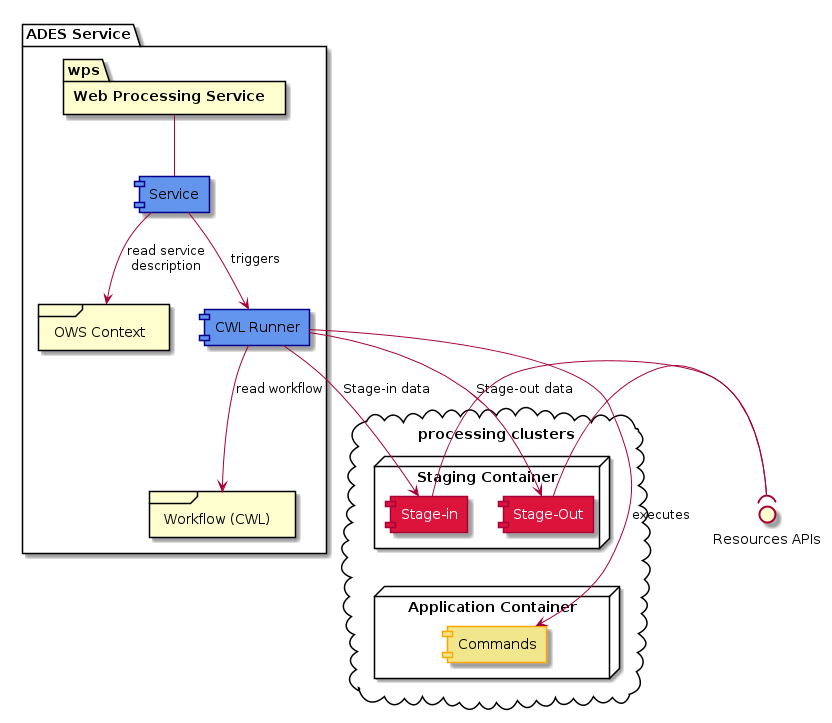
The PlantUML diagram develop/images/diagram-component.png in EOEPCA/proc-ades, before a commit.
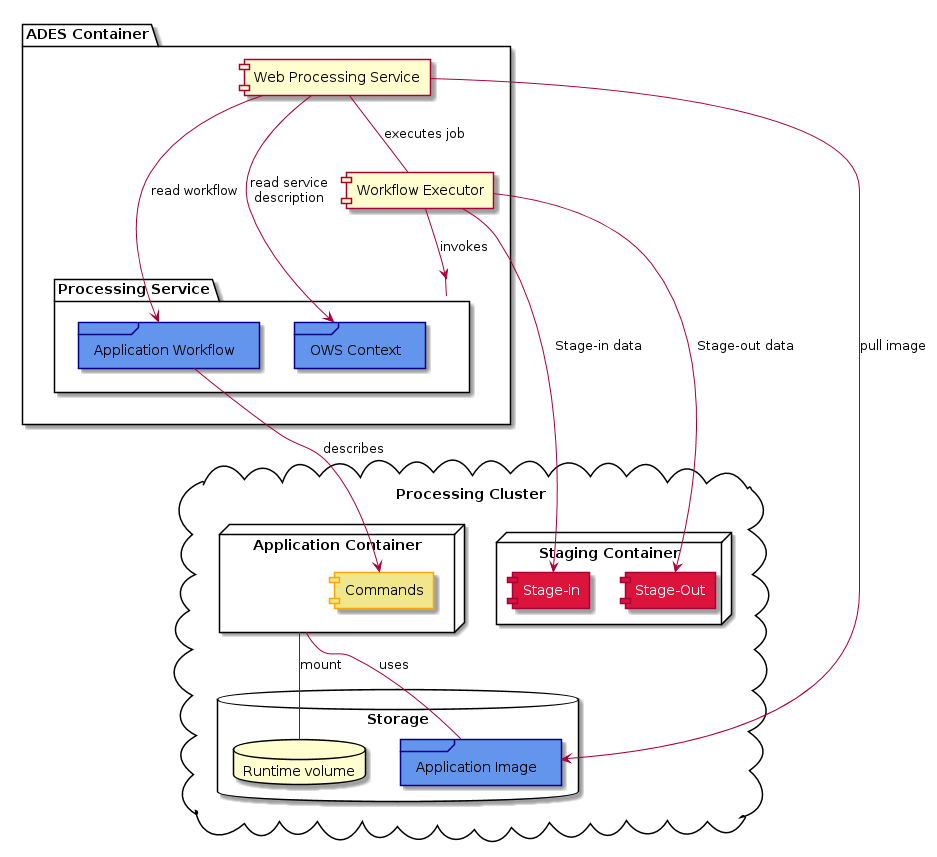
After the commit.

Change to the diagram source:
```diff
@@ -7,7 +7,7 @@
     FontColor white
 }
 
-skinparam component<<3rd>> {
+skinparam frame<<3rd>> {
     BackgroundColor CornFlowerBlue
     BorderColor DarkBlue
 }
@@ -17,32 +17,31 @@
     BorderColor Orange
 }
 
-() "Resources APIs" as resources
+package "ADES Container"{
 
-package "ADES Service"{
+    [Web Processing Service] as wps
 
-    package "Web Processing Service" as wps
+    [Workflow Executor] as wfexe
 
-    [Service] as zooservice <<3rd>>
+    package "**Processing Service**" as procservice{
 
-    frame "OWS Context" as ows
+        frame "OWS Context" as ows <<3rd>>
+        frame "Application Workflow" as cwlapp <<3rd>>
+    }
 
-    [CWL Runner] as cwlrun <<3rd>>
-
-    ows -[hidden]right- cwlrun
-
-    zooservice --> cwlrun : triggers
-
-    frame "Workflow (CWL)" as cwl
-
-    cwlrun --> cwl : read workflow
-    zooservice --> ows : read service\ndescription
+    wps --> cwlapp : read workflow
+    wps --> ows : read service\ndescription
 
 }
 
-cloud "processing clusters"{
+cloud "Processing Cluster"{
 
-    node "Application Container" {
+    database "Storage"{
+        frame "Application Image" as appimg <<3rd>>
+        database "Runtime volume" as volume
+    }
+
+    node "Application Container" as appcon {
         [Commands] <<reuse>> as commands
     }
 
@@ -51,16 +50,18 @@
         [Stage-Out] as stageout <<tbd>>
     }
 
-    commands -[hidden]up- stagein
 }
 
-cwlrun --> stagein : Stage-in data
-cwlrun --> stageout : Stage-out data
-cwlrun -right-> commands : executes
+wfexe --> stagein : Stage-in data
+wfexe --> stageout : Stage-out data
+wfexe -down-> procservice : invokes
 
-stagein -( resources
-stageout -( resources
+cwlapp --> commands : describes
 
-wps -down- zooservice
+appcon -- appimg : uses
+appcon -- volume : mount
+
+wps -down- wfexe : executes job
+wps --> appimg : pull image
 
 @enduml
```
